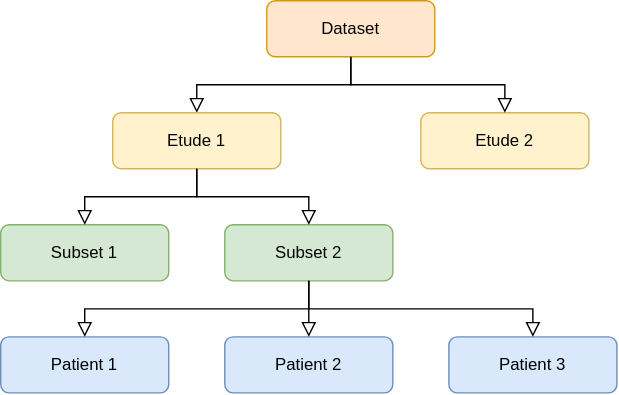
BorisDelange/LinkR-content keeps this draw.io diagram as home/fr/get_started/data_structure.svg. Above is the earlier version. Source tidied: cells renumbered, new cells last; positions are measured from the earlier drawing's top-left corner, leaving out a move shared by most shapes. Its diagram source:
```xml
<mxGraphModel>
  <root>
    <mxCell id="0" />
    <mxCell id="1" parent="0" />
    <mxCell id="2" style="rounded=0;html=1;jettySize=auto;fontSize=11;endArrow=block;endFill=0;endSize=8;strokeWidth=1;shadow=0;labelBackgroundColor=none;edgeStyle=orthogonalEdgeStyle;entryX=0.5;entryY=0;entryDx=0;entryDy=0;" parent="1" edge="1" source="3" target="4">
      <mxGeometry relative="1" as="geometry" />
    </mxCell>
    <mxCell id="3" value="Dataset" style="rounded=1;whiteSpace=wrap;html=1;fontSize=12;glass=0;strokeWidth=1;shadow=0;fillColor=#ffe6cc;strokeColor=#d79b00;" parent="1" vertex="1">
      <mxGeometry x="190" width="120" height="40" as="geometry" />
    </mxCell>
    <mxCell id="4" value="Etude 1" style="rounded=1;whiteSpace=wrap;html=1;fontSize=12;glass=0;strokeWidth=1;shadow=0;fillColor=#fff2cc;strokeColor=#d6b656;" parent="1" vertex="1">
      <mxGeometry x="80" y="80" width="120" height="40" as="geometry" />
    </mxCell>
    <mxCell id="5" value="Etude 2" style="rounded=1;whiteSpace=wrap;html=1;fontSize=12;glass=0;strokeWidth=1;shadow=0;fillColor=#fff2cc;strokeColor=#d6b656;" parent="1" vertex="1">
      <mxGeometry x="300" y="80" width="120" height="40" as="geometry" />
    </mxCell>
    <mxCell id="6" style="rounded=0;html=1;jettySize=auto;fontSize=11;endArrow=block;endFill=0;endSize=8;strokeWidth=1;shadow=0;labelBackgroundColor=none;edgeStyle=orthogonalEdgeStyle;entryX=0.5;entryY=0;entryDx=0;entryDy=0;exitX=0.5;exitY=1;exitDx=0;exitDy=0;" parent="1" edge="1" source="3" target="5">
      <mxGeometry relative="1" as="geometry" />
    </mxCell>
    <mxCell id="7" value="Subset 1" style="rounded=1;whiteSpace=wrap;html=1;fontSize=12;glass=0;strokeWidth=1;shadow=0;fillColor=#d5e8d4;strokeColor=#82b366;" parent="1" vertex="1">
      <mxGeometry y="160" width="120" height="40" as="geometry" />
    </mxCell>
    <mxCell id="8" value="Subset 2" style="rounded=1;whiteSpace=wrap;html=1;fontSize=12;glass=0;strokeWidth=1;shadow=0;fillColor=#d5e8d4;strokeColor=#82b366;" parent="1" vertex="1">
      <mxGeometry x="160" y="160" width="120" height="40" as="geometry" />
    </mxCell>
    <mxCell id="9" style="rounded=0;html=1;jettySize=auto;fontSize=11;endArrow=block;endFill=0;endSize=8;strokeWidth=1;shadow=0;labelBackgroundColor=none;edgeStyle=orthogonalEdgeStyle;entryX=0.5;entryY=0;entryDx=0;entryDy=0;exitX=0.5;exitY=1;exitDx=0;exitDy=0;" parent="1" edge="1" source="4" target="7">
      <mxGeometry relative="1" as="geometry" />
    </mxCell>
    <mxCell id="10" value="Patient 1" style="rounded=1;whiteSpace=wrap;html=1;fontSize=12;glass=0;strokeWidth=1;shadow=0;fillColor=#dae8fc;strokeColor=#6c8ebf;" parent="1" vertex="1">
      <mxGeometry y="240" width="120" height="40" as="geometry" />
    </mxCell>
    <mxCell id="11" value="Patient 2" style="rounded=1;whiteSpace=wrap;html=1;fontSize=12;glass=0;strokeWidth=1;shadow=0;fillColor=#dae8fc;strokeColor=#6c8ebf;" parent="1" vertex="1">
      <mxGeometry x="160" y="240" width="120" height="40" as="geometry" />
    </mxCell>
    <mxCell id="12" value="Patient 3" style="rounded=1;whiteSpace=wrap;html=1;fontSize=12;glass=0;strokeWidth=1;shadow=0;fillColor=#dae8fc;strokeColor=#6c8ebf;" parent="1" vertex="1">
      <mxGeometry x="320" y="240" width="120" height="40" as="geometry" />
    </mxCell>
    <mxCell id="13" style="rounded=0;html=1;jettySize=auto;fontSize=11;endArrow=block;endFill=0;endSize=8;strokeWidth=1;shadow=0;labelBackgroundColor=none;edgeStyle=orthogonalEdgeStyle;entryX=0.5;entryY=0;entryDx=0;entryDy=0;exitX=0.5;exitY=1;exitDx=0;exitDy=0;" parent="1" edge="1" source="8" target="10">
      <mxGeometry relative="1" as="geometry" />
    </mxCell>
    <mxCell id="14" style="rounded=0;html=1;jettySize=auto;fontSize=11;endArrow=block;endFill=0;endSize=8;strokeWidth=1;shadow=0;labelBackgroundColor=none;edgeStyle=orthogonalEdgeStyle;exitX=0.5;exitY=1;exitDx=0;exitDy=0;" parent="1" edge="1" source="8" target="12">
      <mxGeometry relative="1" as="geometry" />
    </mxCell>
    <mxCell id="15" style="endArrow=block;html=1;rounded=0;entryX=0.5;entryY=0;entryDx=0;entryDy=0;endFill=0;endSize=8;" parent="1" edge="1" target="11">
      <mxGeometry relative="1" as="geometry">
        <mxPoint x="220" y="220" as="sourcePoint" />
      </mxGeometry>
    </mxCell>
    <mxCell id="16" style="endArrow=block;html=1;rounded=0;edgeStyle=orthogonalEdgeStyle;exitX=0.5;exitY=1;exitDx=0;exitDy=0;endSize=8;endFill=0;entryX=0.5;entryY=0;entryDx=0;entryDy=0;" parent="1" edge="1" source="4" target="8">
      <mxGeometry relative="1" as="geometry" />
    </mxCell>
  </root>
</mxGraphModel>
```
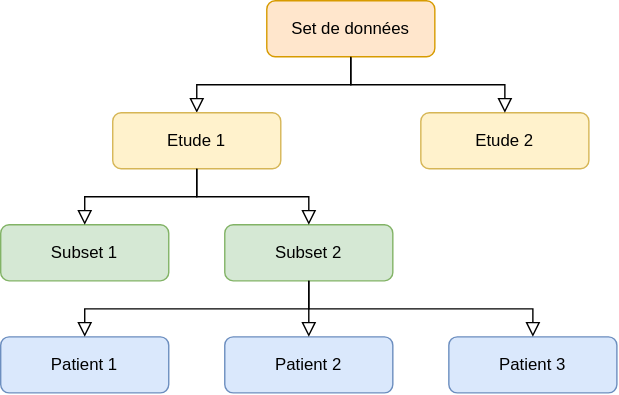
The same file after the commit.

The edit, as a diff of the source:
```diff
@@ -5,7 +5,7 @@
     <mxCell id="2" style="rounded=0;html=1;jettySize=auto;fontSize=11;endArrow=block;endFill=0;endSize=8;strokeWidth=1;shadow=0;labelBackgroundColor=none;edgeStyle=orthogonalEdgeStyle;entryX=0.5;entryY=0;entryDx=0;entryDy=0;" parent="1" edge="1" source="3" target="4">
       <mxGeometry relative="1" as="geometry" />
     </mxCell>
-    <mxCell id="3" value="Dataset" style="rounded=1;whiteSpace=wrap;html=1;fontSize=12;glass=0;strokeWidth=1;shadow=0;fillColor=#ffe6cc;strokeColor=#d79b00;" parent="1" vertex="1">
+    <mxCell id="3" value="Set de données" style="rounded=1;whiteSpace=wrap;html=1;fontSize=12;glass=0;strokeWidth=1;shadow=0;fillColor=#ffe6cc;strokeColor=#d79b00;" parent="1" vertex="1">
       <mxGeometry x="190" width="120" height="40" as="geometry" />
     </mxCell>
     <mxCell id="4" value="Etude 1" style="rounded=1;whiteSpace=wrap;html=1;fontSize=12;glass=0;strokeWidth=1;shadow=0;fillColor=#fff2cc;strokeColor=#d6b656;" parent="1" vertex="1">
```
